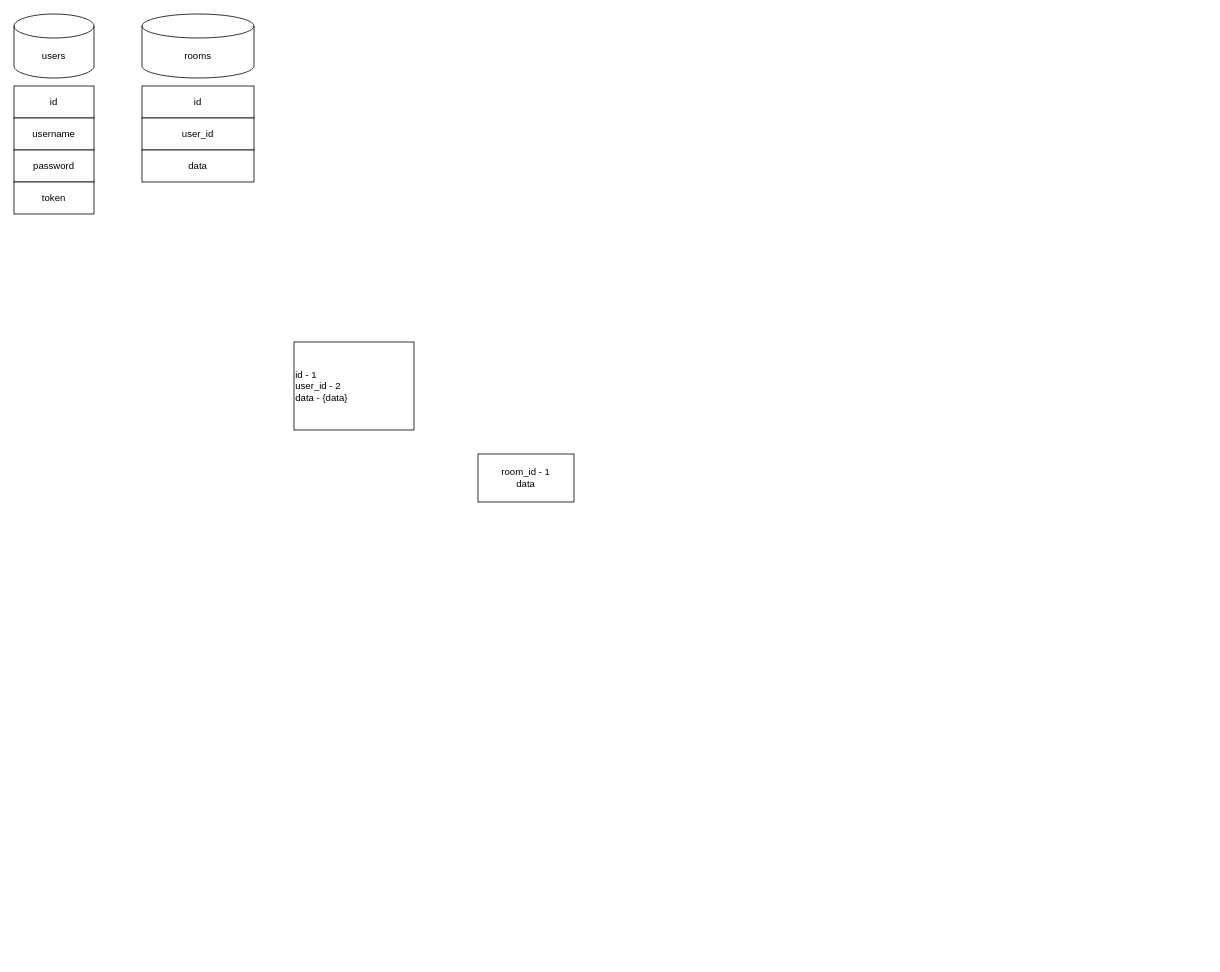
Before: SoloLeveling_AI/logic.drawio in SoloLeveling2005/SoloLeveling, a draw.io diagram. Source tidied: cells renumbered, new cells numbered last; positions are measured from the earlier drawing's top-left corner, leaving out a move shared by most shapes. Both pictures are drawn from the tidied source at 80%, with x=0, y=0 at pixel (14, 14).
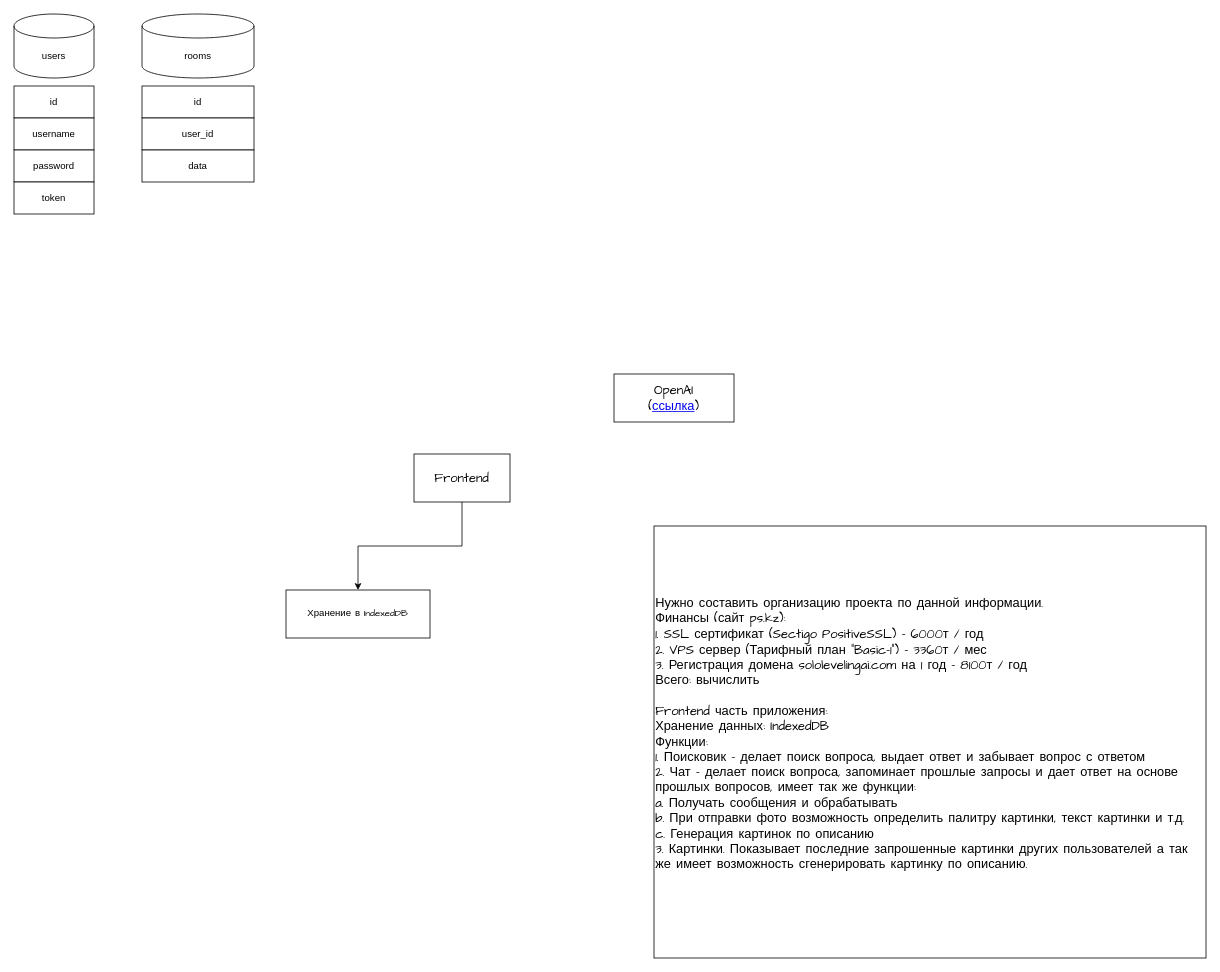
The same diagram, later.

What changed in the source:
```diff
@@
 <mxGraphModel>
   <root>
     <mxCell id="0" />
     <mxCell id="1" parent="0" />
     <mxCell id="2" value="users" style="shape=cylinder3;whiteSpace=wrap;html=1;boundedLbl=1;backgroundOutline=1;size=15;" parent="1" vertex="1">
       <mxGeometry width="100" height="80" as="geometry" />
     </mxCell>
     <mxCell id="3" value="rooms" style="shape=cylinder3;whiteSpace=wrap;html=1;boundedLbl=1;backgroundOutline=1;size=15;" parent="1" vertex="1">
       <mxGeometry x="160" width="140" height="80" as="geometry" />
     </mxCell>
     <mxCell id="4" value="id" style="rounded=0;whiteSpace=wrap;html=1;" parent="1" vertex="1">
       <mxGeometry y="90" width="100" height="40" as="geometry" />
     </mxCell>
     <mxCell id="5" value="username" style="rounded=0;whiteSpace=wrap;html=1;" parent="1" vertex="1">
       <mxGeometry y="130" width="100" height="40" as="geometry" />
     </mxCell>
     <mxCell id="6" value="password" style="rounded=0;whiteSpace=wrap;html=1;" parent="1" vertex="1">
       <mxGeometry y="170" width="100" height="40" as="geometry" />
     </mxCell>
     <mxCell id="7" value="id" style="rounded=0;whiteSpace=wrap;html=1;" parent="1" vertex="1">
       <mxGeometry x="160" y="90" width="140" height="40" as="geometry" />
     </mxCell>
     <mxCell id="8" value="user_id" style="rounded=0;whiteSpace=wrap;html=1;" parent="1" vertex="1">
       <mxGeometry x="160" y="130" width="140" height="40" as="geometry" />
     </mxCell>
     <mxCell id="9" value="data" style="rounded=0;whiteSpace=wrap;html=1;" parent="1" vertex="1">
       <mxGeometry x="160" y="170" width="140" height="40" as="geometry" />
     </mxCell>
     <mxCell id="10" value="token" style="rounded=0;whiteSpace=wrap;html=1;" parent="1" vertex="1">
       <mxGeometry y="210" width="100" height="40" as="geometry" />
     </mxCell>
-    <mxCell id="11" value="id - 1&lt;br&gt;user_id - 2&lt;br&gt;data - {data}" style="rounded=0;whiteSpace=wrap;html=1;align=left;glass=0;shadow=0;" parent="1" vertex="1">
-      <mxGeometry x="350" y="410" width="150" height="110" as="geometry" />
-    </mxCell>
-    <mxCell id="12" value="room_id - 1&lt;br&gt;data" style="rounded=0;whiteSpace=wrap;html=1;shadow=0;glass=0;sketch=0;" parent="1" vertex="1">
-      <mxGeometry x="580" y="550" width="120" height="60" as="geometry" />
-    </mxCell>
+    <mxCell id="13" style="edgeStyle=orthogonalEdgeStyle;rounded=0;jettySize=auto;html=1;entryX=0.5;entryY=0;entryDx=0;entryDy=0;fontFamily=Comic Sans MS;" parent="1" edge="1" source="14" target="15">
+      <mxGeometry relative="1" as="geometry" />
+    </mxCell>
+    <mxCell id="14" value="&lt;font face=&quot;Comic Sans MS&quot; style=&quot;font-size: 16px;&quot;&gt;Frontend&lt;/font&gt;" style="rounded=0;whiteSpace=wrap;html=1;shadow=0;glass=0;sketch=0;fontSize=16;" parent="1" vertex="1">
+      <mxGeometry x="500" y="550" width="120" height="60" as="geometry" />
+    </mxCell>
+    <mxCell id="15" value="Хранение в&amp;nbsp;IndexedDB" style="rounded=0;whiteSpace=wrap;html=1;shadow=0;glass=0;sketch=0;fontFamily=Comic Sans MS;" parent="1" vertex="1">
+      <mxGeometry x="340" y="720" width="180" height="60" as="geometry" />
+    </mxCell>
+    <mxCell id="16" value="&lt;font face=&quot;Comic Sans MS&quot;&gt;OpenAI &lt;br&gt;(&lt;a href=&quot;https://platform.openai.com/overview&quot;&gt;ссылка&lt;/a&gt;)&lt;/font&gt;" style="rounded=0;whiteSpace=wrap;html=1;shadow=0;glass=0;sketch=0;fontSize=16;" parent="1" vertex="1">
+      <mxGeometry x="750" y="450" width="150" height="60" as="geometry" />
+    </mxCell>
+    <mxCell id="17" value="&lt;div&gt;&lt;div&gt;Нужно составить организацию проекта по данной информации.&lt;/div&gt;&lt;div&gt;Финансы (сайт ps.kz):&amp;nbsp;&lt;/div&gt;&lt;div&gt;1. SSL сертификат (Sectigo PositiveSSL) - 6000т / год&lt;/div&gt;&lt;div&gt;2. VPS сервер (Тарифный план &quot;Basic-1&quot;) - 3360т / мес&lt;/div&gt;&lt;div&gt;3. Регистрация домена sololevelingai.com на 1 год - 8100т / год&lt;/div&gt;&lt;div&gt;Всего: вычислить&amp;nbsp;&lt;/div&gt;&lt;div&gt;&lt;br&gt;&lt;/div&gt;&lt;div&gt;Frontend часть приложения:&lt;/div&gt;&lt;div&gt;Хранение данных: IndexedDB&lt;/div&gt;&lt;div&gt;Функции:&lt;/div&gt;&lt;div&gt;1. Поисковик - делает поиск вопроса, выдает ответ и забывает вопрос с ответом&lt;/div&gt;&lt;div&gt;2. Чат - делает поиск вопроса, запоминает прошлые запросы и дает ответ на основе прошлых вопросов, имеет так же функции:&lt;/div&gt;&lt;div&gt;a. Получать сообщения и обрабатывать&lt;/div&gt;&lt;div&gt;b. При отправки фото возможность определить палитру картинки, текст картинки и т.д.&lt;/div&gt;&lt;div&gt;c. Генерация картинок по описанию&amp;nbsp;&lt;/div&gt;&lt;div&gt;3. Картинки. Показывает последние запрошенные картинки других пользователей а так же имеет возможность сгенерировать картинку по описанию.&amp;nbsp;&lt;/div&gt;&lt;/div&gt;&lt;div&gt;&lt;br&gt;&lt;/div&gt;" style="rounded=0;whiteSpace=wrap;html=1;shadow=0;glass=0;sketch=0;fontFamily=Comic Sans MS;fontSize=16;align=left;" parent="1" vertex="1">
+      <mxGeometry x="800" y="640" width="690" height="540" as="geometry" />
+    </mxCell>
   </root>
 </mxGraphModel>
```
